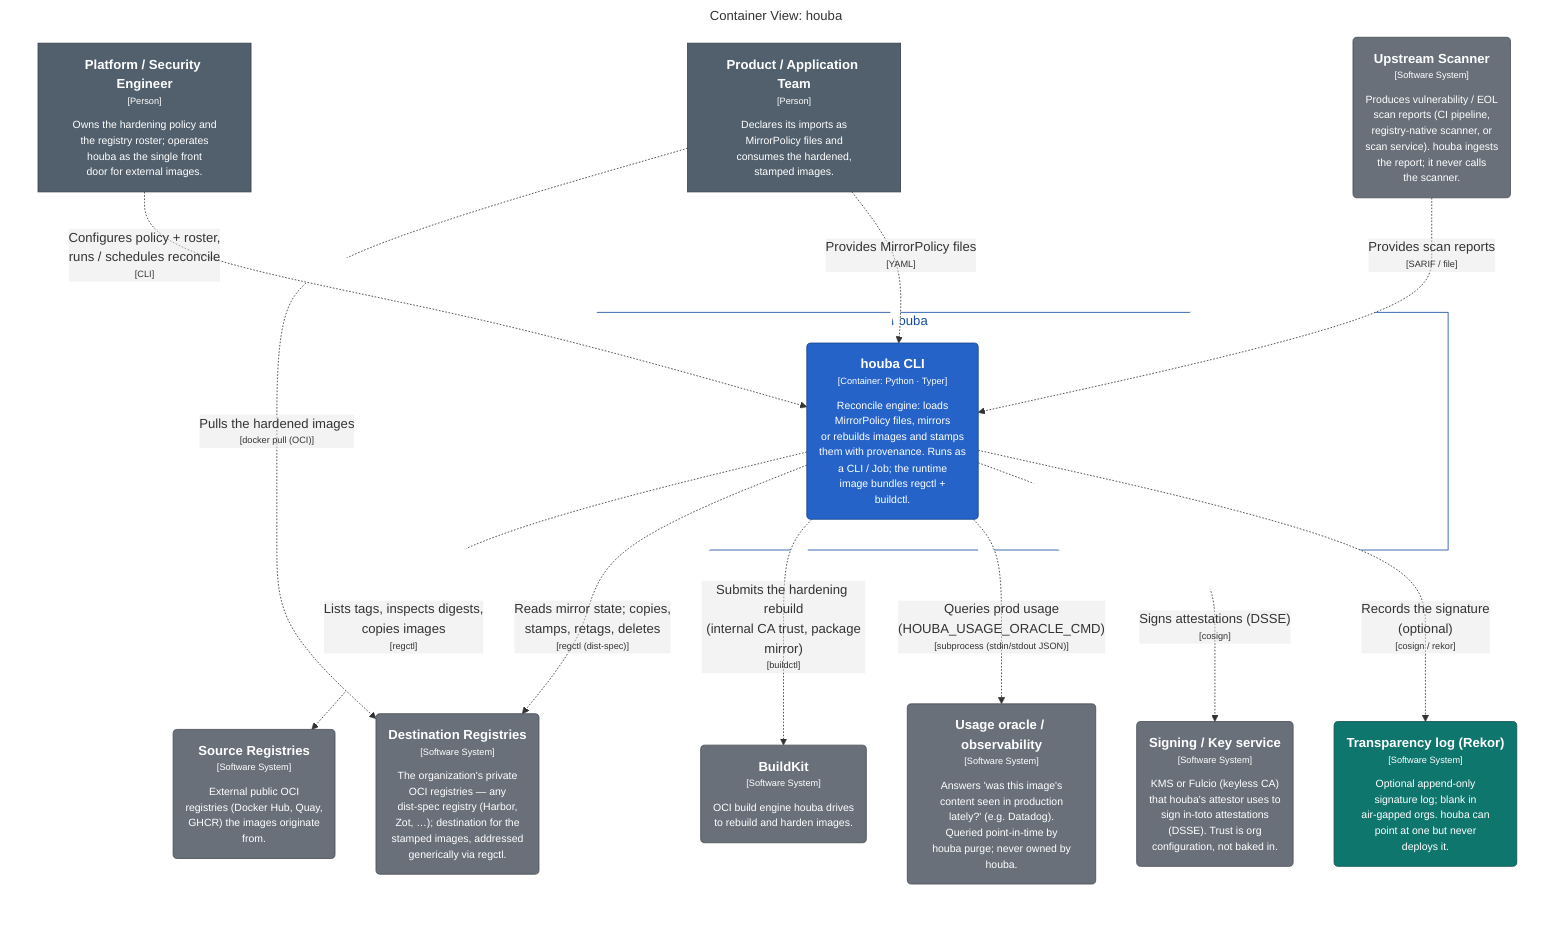
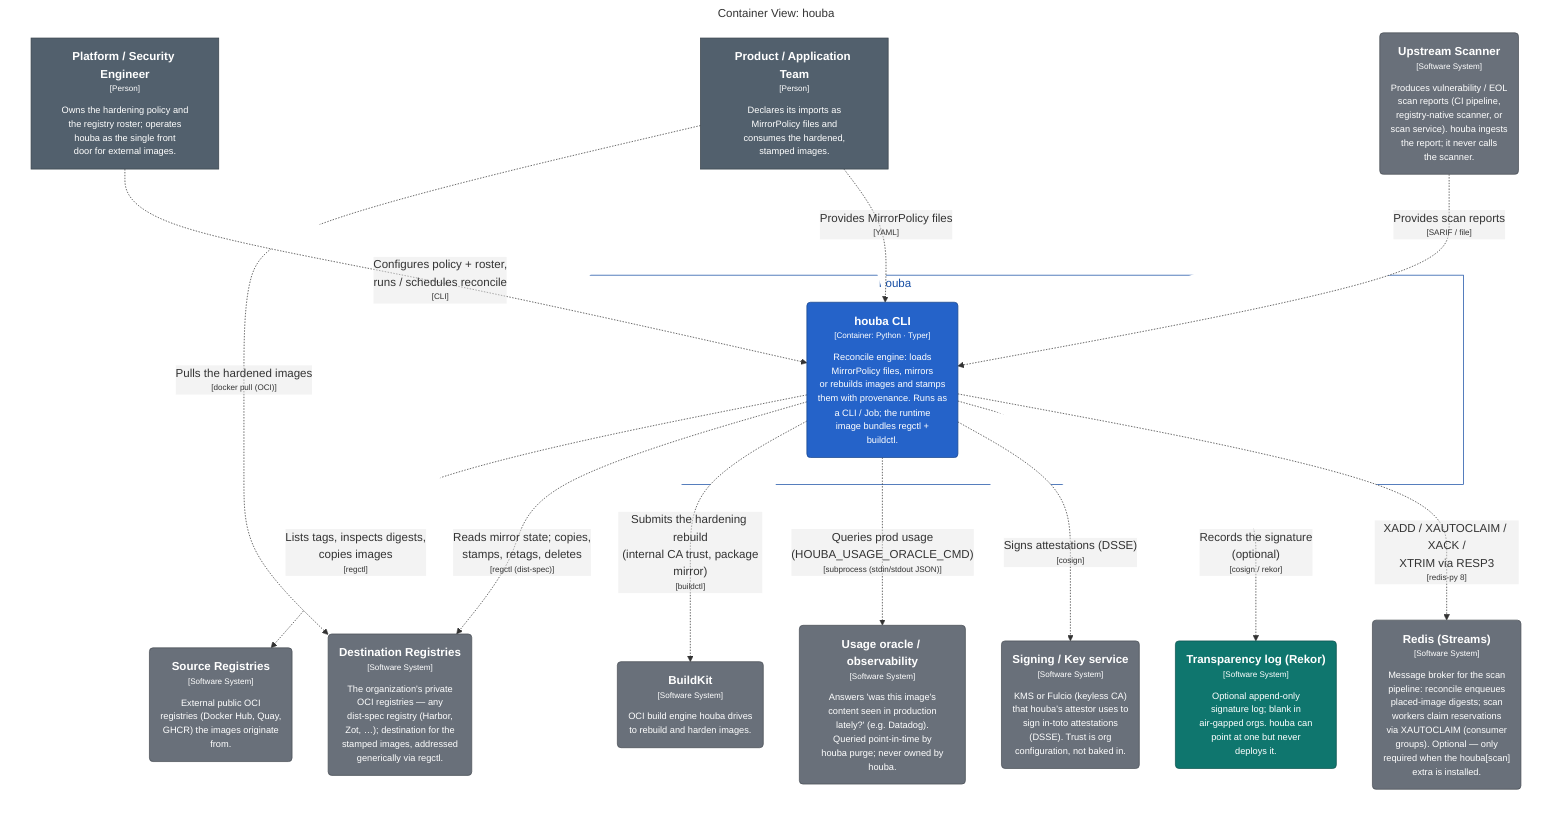
graph LR
  linkStyle default fill:#ffffff

  subgraph diagram ["Container View: houba"]
    style diagram fill:#ffffff,stroke:#ffffff

    1["<div style='font-weight: bold'>Platform / Security Engineer</div><div style='font-size: 70%; margin-top: 0px'>[Person]</div><div style='font-size: 80%; margin-top:10px'>Owns the hardening policy and<br />the registry roster; operates<br />houba as the single front<br />door for external images.</div>"]
    style 1 fill:#52606d,stroke:#39434c,color:#ffffff
    2["<div style='font-weight: bold'>Product / Application Team</div><div style='font-size: 70%; margin-top: 0px'>[Person]</div><div style='font-size: 80%; margin-top:10px'>Declares its imports as<br />MirrorPolicy files and<br />consumes the hardened,<br />stamped images.</div>"]
    style 2 fill:#52606d,stroke:#39434c,color:#ffffff
-     53("<div style='font-weight: bold'>Source Registries</div><div style='font-size: 70%; margin-top: 0px'>[Software System]</div><div style='font-size: 80%; margin-top:10px'>External public OCI<br />registries (Docker Hub, Quay,<br />GHCR) the images originate<br />from.</div>")
-     style 53 fill:#69707a,stroke:#494e55,color:#ffffff
-     54("<div style='font-weight: bold'>Destination Registries</div><div style='font-size: 70%; margin-top: 0px'>[Software System]</div><div style='font-size: 80%; margin-top:10px'>The organization's private<br />OCI registries — any<br />dist-spec registry (Harbor,<br />Zot, …); destination for the<br />stamped images, addressed<br />generically via regctl.</div>")
-     style 54 fill:#69707a,stroke:#494e55,color:#ffffff
-     55("<div style='font-weight: bold'>BuildKit</div><div style='font-size: 70%; margin-top: 0px'>[Software System]</div><div style='font-size: 80%; margin-top:10px'>OCI build engine houba drives<br />to rebuild and harden images.</div>")
-     style 55 fill:#69707a,stroke:#494e55,color:#ffffff
-     59("<div style='font-weight: bold'>Usage oracle / observability</div><div style='font-size: 70%; margin-top: 0px'>[Software System]</div><div style='font-size: 80%; margin-top:10px'>Answers 'was this image's<br />content seen in production<br />lately?' (e.g. Datadog).<br />Queried point-in-time by<br />houba purge; never owned by<br />houba.</div>")
+     58("<div style='font-weight: bold'>Redis (Streams)</div><div style='font-size: 70%; margin-top: 0px'>[Software System]</div><div style='font-size: 80%; margin-top:10px'>Message broker for the scan<br />pipeline: reconcile enqueues<br />placed-image digests; scan<br />workers claim reservations<br />via XAUTOCLAIM (consumer<br />groups). Optional — only<br />required when the houba[scan]<br />extra is installed.</div>")
+     style 58 fill:#69707a,stroke:#494e55,color:#ffffff
+     59("<div style='font-weight: bold'>Source Registries</div><div style='font-size: 70%; margin-top: 0px'>[Software System]</div><div style='font-size: 80%; margin-top:10px'>External public OCI<br />registries (Docker Hub, Quay,<br />GHCR) the images originate<br />from.</div>")
    style 59 fill:#69707a,stroke:#494e55,color:#ffffff
-     60("<div style='font-weight: bold'>Signing / Key service</div><div style='font-size: 70%; margin-top: 0px'>[Software System]</div><div style='font-size: 80%; margin-top:10px'>KMS or Fulcio (keyless CA)<br />that houba's attestor uses to<br />sign in-toto attestations<br />(DSSE). Trust is org<br />configuration, not baked in.</div>")
+     60("<div style='font-weight: bold'>Destination Registries</div><div style='font-size: 70%; margin-top: 0px'>[Software System]</div><div style='font-size: 80%; margin-top:10px'>The organization's private<br />OCI registries — any<br />dist-spec registry (Harbor,<br />Zot, …); destination for the<br />stamped images, addressed<br />generically via regctl.</div>")
    style 60 fill:#69707a,stroke:#494e55,color:#ffffff
-     61("<div style='font-weight: bold'>Transparency log (Rekor)</div><div style='font-size: 70%; margin-top: 0px'>[Software System]</div><div style='font-size: 80%; margin-top:10px'>Optional append-only<br />signature log; blank in<br />air-gapped orgs. houba can<br />point at one but never<br />deploys it.</div>")
-     style 61 fill:#0f766e,stroke:#0a524d,color:#ffffff
-     62("<div style='font-weight: bold'>Upstream Scanner</div><div style='font-size: 70%; margin-top: 0px'>[Software System]</div><div style='font-size: 80%; margin-top:10px'>Produces vulnerability / EOL<br />scan reports (CI pipeline,<br />registry-native scanner, or<br />scan service). houba ingests<br />the report; it never calls<br />the scanner.</div>")
-     style 62 fill:#69707a,stroke:#494e55,color:#ffffff
+     61("<div style='font-weight: bold'>BuildKit</div><div style='font-size: 70%; margin-top: 0px'>[Software System]</div><div style='font-size: 80%; margin-top:10px'>OCI build engine houba drives<br />to rebuild and harden images.</div>")
+     style 61 fill:#69707a,stroke:#494e55,color:#ffffff
+     65("<div style='font-weight: bold'>Usage oracle / observability</div><div style='font-size: 70%; margin-top: 0px'>[Software System]</div><div style='font-size: 80%; margin-top:10px'>Answers 'was this image's<br />content seen in production<br />lately?' (e.g. Datadog).<br />Queried point-in-time by<br />houba purge; never owned by<br />houba.</div>")
+     style 65 fill:#69707a,stroke:#494e55,color:#ffffff
+     66("<div style='font-weight: bold'>Signing / Key service</div><div style='font-size: 70%; margin-top: 0px'>[Software System]</div><div style='font-size: 80%; margin-top:10px'>KMS or Fulcio (keyless CA)<br />that houba's attestor uses to<br />sign in-toto attestations<br />(DSSE). Trust is org<br />configuration, not baked in.</div>")
+     style 66 fill:#69707a,stroke:#494e55,color:#ffffff
+     67("<div style='font-weight: bold'>Transparency log (Rekor)</div><div style='font-size: 70%; margin-top: 0px'>[Software System]</div><div style='font-size: 80%; margin-top:10px'>Optional append-only<br />signature log; blank in<br />air-gapped orgs. houba can<br />point at one but never<br />deploys it.</div>")
+     style 67 fill:#0f766e,stroke:#0a524d,color:#ffffff
+     68("<div style='font-weight: bold'>Upstream Scanner</div><div style='font-size: 70%; margin-top: 0px'>[Software System]</div><div style='font-size: 80%; margin-top:10px'>Produces vulnerability / EOL<br />scan reports (CI pipeline,<br />registry-native scanner, or<br />scan service). houba ingests<br />the report; it never calls<br />the scanner.</div>")
+     style 68 fill:#69707a,stroke:#494e55,color:#ffffff

    subgraph 4 ["houba"]
      style 4 fill:#ffffff,stroke:#154da4,color:#154da4

      5("<div style='font-weight: bold'>houba CLI</div><div style='font-size: 70%; margin-top: 0px'>[Container: Python · Typer]</div><div style='font-size: 80%; margin-top:10px'>Reconcile engine: loads<br />MirrorPolicy files, mirrors<br />or rebuilds images and stamps<br />them with provenance. Runs as<br />a CLI / Job; the runtime<br />image bundles regctl +<br />buildctl.</div>")
      style 5 fill:#2563c9,stroke:#19458c,color:#ffffff
    end

-     5-. "<div>Lists tags, inspects digests,<br />copies images</div><div style='font-size: 70%'>[regctl]</div>" .->53
-     5-. "<div>Reads mirror state; copies,<br />stamps, retags, deletes</div><div style='font-size: 70%'>[regctl (dist-spec)]</div>" .->54
-     5-. "<div>Submits the hardening rebuild<br />(internal CA trust, package<br />mirror)</div><div style='font-size: 70%'>[buildctl]</div>" .->55
-     5-. "<div>Queries prod usage<br />(HOUBA_USAGE_ORACLE_CMD)</div><div style='font-size: 70%'>[subprocess (stdin/stdout JSON)]</div>" .->59
-     5-. "<div>Signs attestations (DSSE)</div><div style='font-size: 70%'>[cosign]</div>" .->60
-     5-. "<div>Records the signature<br />(optional)</div><div style='font-size: 70%'>[cosign / rekor]</div>" .->61
-     2-. "<div>Pulls the hardened images</div><div style='font-size: 70%'>[docker pull (OCI)]</div>" .->54
+     68-. "<div>Provides scan reports</div><div style='font-size: 70%'>[SARIF / file]</div>" .->5
+     5-. "<div>Lists tags, inspects digests,<br />copies images</div><div style='font-size: 70%'>[regctl]</div>" .->59
+     5-. "<div>Reads mirror state; copies,<br />stamps, retags, deletes</div><div style='font-size: 70%'>[regctl (dist-spec)]</div>" .->60
+     5-. "<div>Submits the hardening rebuild<br />(internal CA trust, package<br />mirror)</div><div style='font-size: 70%'>[buildctl]</div>" .->61
+     5-. "<div>Queries prod usage<br />(HOUBA_USAGE_ORACLE_CMD)</div><div style='font-size: 70%'>[subprocess (stdin/stdout JSON)]</div>" .->65
+     5-. "<div>Signs attestations (DSSE)</div><div style='font-size: 70%'>[cosign]</div>" .->66
+     5-. "<div>Records the signature<br />(optional)</div><div style='font-size: 70%'>[cosign / rekor]</div>" .->67
+     5-. "<div>XADD / XAUTOCLAIM / XACK /<br />XTRIM via RESP3</div><div style='font-size: 70%'>[redis-py 8]</div>" .->58
+     2-. "<div>Pulls the hardened images</div><div style='font-size: 70%'>[docker pull (OCI)]</div>" .->60
    1-. "<div>Configures policy + roster,<br />runs / schedules reconcile</div><div style='font-size: 70%'>[CLI]</div>" .->5
    2-. "<div>Provides MirrorPolicy files</div><div style='font-size: 70%'>[YAML]</div>" .->5
-     62-. "<div>Provides scan reports</div><div style='font-size: 70%'>[SARIF / file]</div>" .->5

  end